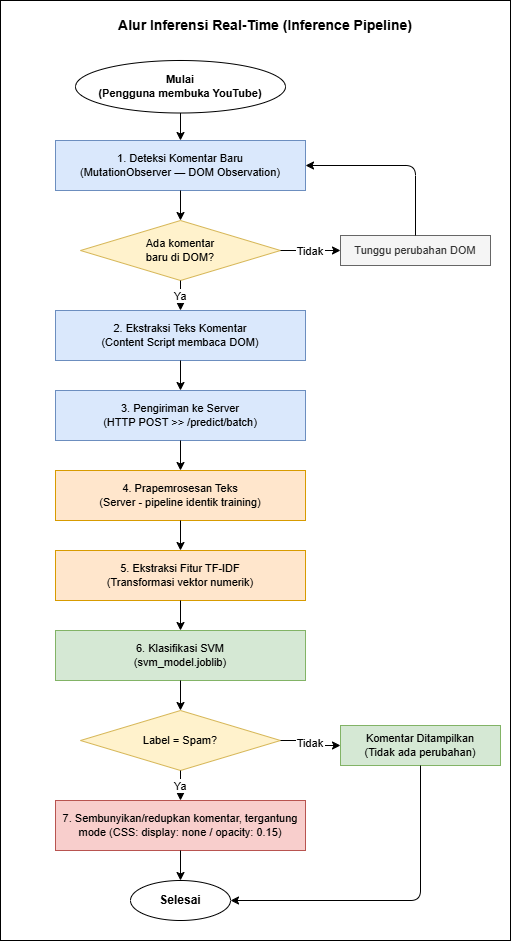
Earlier version of the draw.io export diagram/inference_pipeline.drawio.png (yusufwdn/judol-detector). Source tidied: cells renumbered, new cells last; positions are measured from the earlier drawing's top-left corner, leaving out a move shared by most shapes.
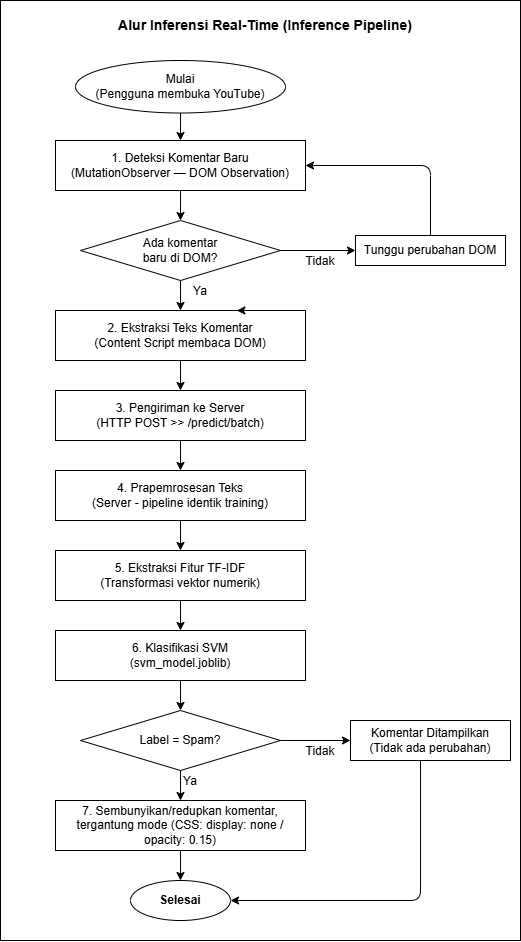
Above is the later version.

Commit message:
feat: update diagrams for inference pipeline and use case diagram

Diff of the diagram source:
```diff
@@ -2,96 +2,99 @@
   <root>
     <mxCell id="0" />
     <mxCell id="1" parent="0" />
-    <mxCell id="2" style="rounded=0;whiteSpace=wrap;html=1;" parent="1" vertex="1">
-      <mxGeometry width="510" height="940" as="geometry" />
+    <mxCell id="2" style="rounded=0;whiteSpace=wrap;html=1;fontSize=12;" parent="1" vertex="1">
+      <mxGeometry width="520" height="940" as="geometry" />
     </mxCell>
-    <mxCell id="3" value="Alur Inferensi Real-Time (Inference Pipeline)" style="text;html=1;strokeColor=none;fillColor=none;align=center;verticalAlign=middle;whiteSpace=wrap;rounded=0;fontSize=14;fontStyle=1;" parent="1" vertex="1">
+    <mxCell id="3" value="&lt;font style=&quot;font-size: 14px;&quot;&gt;Alur Inferensi Real-Time (Inference Pipeline)&lt;/font&gt;" style="text;html=1;align=center;verticalAlign=middle;whiteSpace=wrap;rounded=0;fontSize=12;fontStyle=1;" parent="1" vertex="1">
       <mxGeometry x="65" y="10" width="400" height="30" as="geometry" />
     </mxCell>
-    <mxCell id="4" value="Mulai&#10;(Pengguna membuka YouTube)" style="ellipse;whiteSpace=wrap;html=1;fillColor=light-dark(#ffffff, #fff0f0);fontColor=light-dark(#000000, #121212);strokeColor=light-dark(#000000, #ffffff);fontSize=11;fontStyle=1;" parent="1" vertex="1">
+    <mxCell id="4" value="&lt;span style=&quot;font-weight: normal;&quot;&gt;Mulai&lt;br&gt;(Pengguna membuka YouTube)&lt;/span&gt;" style="ellipse;whiteSpace=wrap;html=1;fontSize=12;fontStyle=1;" parent="1" vertex="1">
       <mxGeometry x="75" y="60" width="210" height="52.5" as="geometry" />
     </mxCell>
-    <mxCell id="5" value="1. Deteksi Komentar Baru&#10;(MutationObserver — DOM Observation)" style="rounded=0;whiteSpace=wrap;html=1;fillColor=#dae8fc;strokeColor=#6c8ebf;fontSize=11;" parent="1" vertex="1">
+    <mxCell id="5" value="1. Deteksi Komentar Baru&#10;(MutationObserver — DOM Observation)" style="rounded=0;whiteSpace=wrap;html=1;fontSize=12;" parent="1" vertex="1">
       <mxGeometry x="55" y="140" width="250" height="50" as="geometry" />
     </mxCell>
-    <mxCell id="6" value="Ada komentar&#10;baru di DOM?" style="rhombus;whiteSpace=wrap;html=1;fillColor=#fff2cc;strokeColor=#d6b656;fontSize=11;" parent="1" vertex="1">
+    <mxCell id="6" value="Ada komentar&#10;baru di DOM?" style="rhombus;whiteSpace=wrap;html=1;fontSize=12;" parent="1" vertex="1">
       <mxGeometry x="80" y="220" width="200" height="60" as="geometry" />
     </mxCell>
-    <mxCell id="7" value="Tunggu perubahan DOM" style="rounded=0;whiteSpace=wrap;html=1;fillColor=#f5f5f5;strokeColor=#666666;fontColor=#333333;fontSize=11;" parent="1" vertex="1">
-      <mxGeometry x="340" y="235" width="150" height="30" as="geometry" />
+    <mxCell id="7" value="Tunggu perubahan DOM" style="rounded=0;whiteSpace=wrap;html=1;fontSize=12;" parent="1" vertex="1">
+      <mxGeometry x="355" y="235" width="150" height="30" as="geometry" />
     </mxCell>
-    <mxCell id="8" value="2. Ekstraksi Teks Komentar&#10;(Content Script membaca DOM)" style="rounded=0;whiteSpace=wrap;html=1;fillColor=#dae8fc;strokeColor=#6c8ebf;fontSize=11;" parent="1" vertex="1">
+    <mxCell id="8" value="2. Ekstraksi Teks Komentar&#10;(Content Script membaca DOM)" style="rounded=0;whiteSpace=wrap;html=1;fontSize=12;" parent="1" vertex="1">
       <mxGeometry x="55" y="310" width="250" height="50" as="geometry" />
     </mxCell>
-    <mxCell id="9" value="3. Pengiriman ke Server&lt;br&gt;(HTTP POST &amp;gt;&amp;gt; /predict/batch)" style="rounded=0;whiteSpace=wrap;html=1;fillColor=#dae8fc;strokeColor=#6c8ebf;fontSize=11;" parent="1" vertex="1">
+    <mxCell id="9" value="3. Pengiriman ke Server&lt;br&gt;(HTTP POST &amp;gt;&amp;gt; /predict/batch)" style="rounded=0;whiteSpace=wrap;html=1;fontSize=12;" parent="1" vertex="1">
       <mxGeometry x="55" y="390" width="250" height="50" as="geometry" />
     </mxCell>
-    <mxCell id="10" value="4. Prapemrosesan Teks&lt;br&gt;(Server - pipeline identik training)" style="rounded=0;whiteSpace=wrap;html=1;fillColor=#ffe6cc;strokeColor=#d79b00;fontSize=11;" parent="1" vertex="1">
+    <mxCell id="10" value="4. Prapemrosesan Teks&lt;br&gt;(Server - pipeline identik training)" style="rounded=0;whiteSpace=wrap;html=1;fontSize=12;" parent="1" vertex="1">
       <mxGeometry x="55" y="470" width="250" height="50" as="geometry" />
     </mxCell>
-    <mxCell id="11" value="5. Ekstraksi Fitur TF-IDF&#10;(Transformasi vektor numerik)" style="rounded=0;whiteSpace=wrap;html=1;fillColor=#ffe6cc;strokeColor=#d79b00;fontSize=11;" parent="1" vertex="1">
+    <mxCell id="11" value="5. Ekstraksi Fitur TF-IDF&#10;(Transformasi vektor numerik)" style="rounded=0;whiteSpace=wrap;html=1;fontSize=12;" parent="1" vertex="1">
       <mxGeometry x="55" y="550" width="250" height="50" as="geometry" />
     </mxCell>
-    <mxCell id="12" value="6. Klasifikasi SVM&#10;(svm_model.joblib)" style="rounded=0;whiteSpace=wrap;html=1;fillColor=#d5e8d4;strokeColor=#82b366;fontSize=11;" parent="1" vertex="1">
+    <mxCell id="12" value="6. Klasifikasi SVM&#10;(svm_model.joblib)" style="rounded=0;whiteSpace=wrap;html=1;fontSize=12;" parent="1" vertex="1">
       <mxGeometry x="55" y="630" width="250" height="50" as="geometry" />
     </mxCell>
-    <mxCell id="13" value="Label = Spam?" style="rhombus;whiteSpace=wrap;html=1;fillColor=#fff2cc;strokeColor=#d6b656;fontSize=11;" parent="1" vertex="1">
+    <mxCell id="13" value="Label = Spam?" style="rhombus;whiteSpace=wrap;html=1;fontSize=12;" parent="1" vertex="1">
       <mxGeometry x="80" y="710" width="200" height="60" as="geometry" />
     </mxCell>
-    <mxCell id="14" value="Komentar Ditampilkan&#10;(Tidak ada perubahan)" style="rounded=0;whiteSpace=wrap;html=1;fillColor=#d5e8d4;strokeColor=#82b366;fontSize=11;" parent="1" vertex="1">
-      <mxGeometry x="340" y="725" width="160" height="40" as="geometry" />
+    <mxCell id="14" value="Komentar Ditampilkan&#10;(Tidak ada perubahan)" style="rounded=0;whiteSpace=wrap;html=1;fontSize=12;" parent="1" vertex="1">
+      <mxGeometry x="350" y="720" width="160" height="40" as="geometry" />
     </mxCell>
-    <mxCell id="15" value="7. Sembunyikan/redupkan komentar, tergantung mode (CSS: display: none / opacity: 0.15)" style="rounded=0;whiteSpace=wrap;html=1;fillColor=#f8cecc;strokeColor=#b85450;fontSize=11;" parent="1" vertex="1">
+    <mxCell id="15" value="7. Sembunyikan/redupkan komentar, tergantung mode (CSS: display: none / opacity: 0.15)" style="rounded=0;whiteSpace=wrap;html=1;fontSize=12;" parent="1" vertex="1">
       <mxGeometry x="55" y="800" width="250" height="50" as="geometry" />
     </mxCell>
-    <mxCell id="16" value="Selesai" style="ellipse;whiteSpace=wrap;html=1;fillColor=light-dark(#ffffff, #ededed);fontColor=light-dark(#000000, #121212);strokeColor=#000000;fontSize=12;fontStyle=1;" parent="1" vertex="1">
+    <mxCell id="16" value="Selesai" style="ellipse;whiteSpace=wrap;html=1;fontSize=12;fontStyle=1;" parent="1" vertex="1">
       <mxGeometry x="130" y="880" width="100" height="40" as="geometry" />
     </mxCell>
-    <mxCell id="17" style="edgeStyle=orthogonalEdgeStyle;" parent="1" edge="1" source="4" target="5">
+    <mxCell id="17" style="edgeStyle=orthogonalEdgeStyle;fontSize=12;" parent="1" edge="1" source="4" target="5">
       <mxGeometry relative="1" as="geometry" />
     </mxCell>
-    <mxCell id="18" style="edgeStyle=orthogonalEdgeStyle;" parent="1" edge="1" source="5" target="6">
+    <mxCell id="18" style="edgeStyle=orthogonalEdgeStyle;fontSize=12;" parent="1" edge="1" source="5" target="6">
       <mxGeometry relative="1" as="geometry" />
     </mxCell>
-    <mxCell id="19" value="Tidak" style="edgeStyle=orthogonalEdgeStyle;" parent="1" edge="1" source="6" target="7">
-      <mxGeometry relative="1" as="geometry" />
+    <mxCell id="19" value="Tidak" style="edgeStyle=orthogonalEdgeStyle;fontSize=12;" parent="1" edge="1" source="6" target="7">
+      <mxGeometry x="0.07" y="-10" relative="1" as="geometry" />
     </mxCell>
-    <mxCell id="20" style="edgeStyle=orthogonalEdgeStyle;exitX=0.5;exitY=0;exitDx=0;exitDy=0;entryX=1;entryY=0.5;entryDx=0;entryDy=0;" parent="1" edge="1" source="7" target="5">
+    <mxCell id="20" style="edgeStyle=orthogonalEdgeStyle;exitX=0.5;exitY=0;exitDx=0;exitDy=0;entryX=1;entryY=0.5;entryDx=0;entryDy=0;fontSize=12;" parent="1" edge="1" source="7" target="5">
       <mxGeometry relative="1" as="geometry" />
     </mxCell>
-    <mxCell id="21" value="Ya" style="edgeStyle=orthogonalEdgeStyle;" parent="1" edge="1" source="6" target="8">
-      <mxGeometry relative="1" as="geometry" />
+    <mxCell id="21" value="Ya" style="edgeStyle=orthogonalEdgeStyle;fontSize=12;" parent="1" edge="1" source="6" target="8">
+      <mxGeometry x="-0.33" y="20" relative="1" as="geometry" />
     </mxCell>
-    <mxCell id="22" style="edgeStyle=orthogonalEdgeStyle;" parent="1" edge="1" source="8" target="9">
+    <mxCell id="22" style="edgeStyle=orthogonalEdgeStyle;fontSize=12;" parent="1" edge="1" source="8" target="9">
       <mxGeometry relative="1" as="geometry" />
     </mxCell>
-    <mxCell id="23" style="edgeStyle=orthogonalEdgeStyle;" parent="1" edge="1" source="9" target="10">
+    <mxCell id="23" style="edgeStyle=orthogonalEdgeStyle;fontSize=12;" parent="1" edge="1" source="9" target="10">
       <mxGeometry relative="1" as="geometry" />
     </mxCell>
-    <mxCell id="24" style="edgeStyle=orthogonalEdgeStyle;" parent="1" edge="1" source="10" target="11">
+    <mxCell id="24" style="edgeStyle=orthogonalEdgeStyle;fontSize=12;" parent="1" edge="1" source="10" target="11">
       <mxGeometry relative="1" as="geometry" />
     </mxCell>
-    <mxCell id="25" style="edgeStyle=orthogonalEdgeStyle;" parent="1" edge="1" source="11" target="12">
+    <mxCell id="25" style="edgeStyle=orthogonalEdgeStyle;fontSize=12;" parent="1" edge="1" source="11" target="12">
       <mxGeometry relative="1" as="geometry" />
     </mxCell>
-    <mxCell id="26" style="edgeStyle=orthogonalEdgeStyle;" parent="1" edge="1" source="12" target="13">
+    <mxCell id="26" style="edgeStyle=orthogonalEdgeStyle;fontSize=12;" parent="1" edge="1" source="12" target="13">
       <mxGeometry relative="1" as="geometry" />
     </mxCell>
-    <mxCell id="27" value="Tidak" style="edgeStyle=orthogonalEdgeStyle;" parent="1" edge="1" source="13" target="14">
-      <mxGeometry relative="1" as="geometry" />
+    <mxCell id="27" value="Tidak" style="edgeStyle=orthogonalEdgeStyle;fontSize=12;" parent="1" edge="1" source="13" target="14">
+      <mxGeometry x="0.14" y="-10" relative="1" as="geometry" />
     </mxCell>
-    <mxCell id="28" style="edgeStyle=orthogonalEdgeStyle;" parent="1" edge="1" source="14" target="16">
+    <mxCell id="28" style="edgeStyle=orthogonalEdgeStyle;fontSize=12;" parent="1" edge="1" source="14" target="16">
       <mxGeometry relative="1" as="geometry">
         <Array as="points">
           <mxPoint x="420" y="900" />
         </Array>
       </mxGeometry>
     </mxCell>
-    <mxCell id="29" value="Ya" style="edgeStyle=orthogonalEdgeStyle;" parent="1" edge="1" source="13" target="15">
-      <mxGeometry relative="1" as="geometry" />
+    <mxCell id="29" value="Ya" style="edgeStyle=orthogonalEdgeStyle;fontSize=12;" parent="1" edge="1" source="13" target="15">
+      <mxGeometry x="-0.33" y="10" relative="1" as="geometry" />
     </mxCell>
-    <mxCell id="30" style="edgeStyle=orthogonalEdgeStyle;" parent="1" edge="1" source="15" target="16">
+    <mxCell id="30" style="edgeStyle=orthogonalEdgeStyle;fontSize=12;" parent="1" edge="1" source="15" target="16">
       <mxGeometry relative="1" as="geometry" />
     </mxCell>
+    <mxCell id="31" style="edgeStyle=orthogonalEdgeStyle;rounded=0;orthogonalLoop=1;jettySize=auto;html=1;innerLoopWaypoints=1;exitX=0.75;exitY=0;exitDx=0;exitDy=0;entryX=0.725;entryY=-0.003;entryDx=0;entryDy=0;entryPerimeter=0;" parent="1" edge="1" source="8" target="8">
+      <mxGeometry relative="1" as="geometry" />
+    </mxCell>
   </root>
 </mxGraphModel>
```
